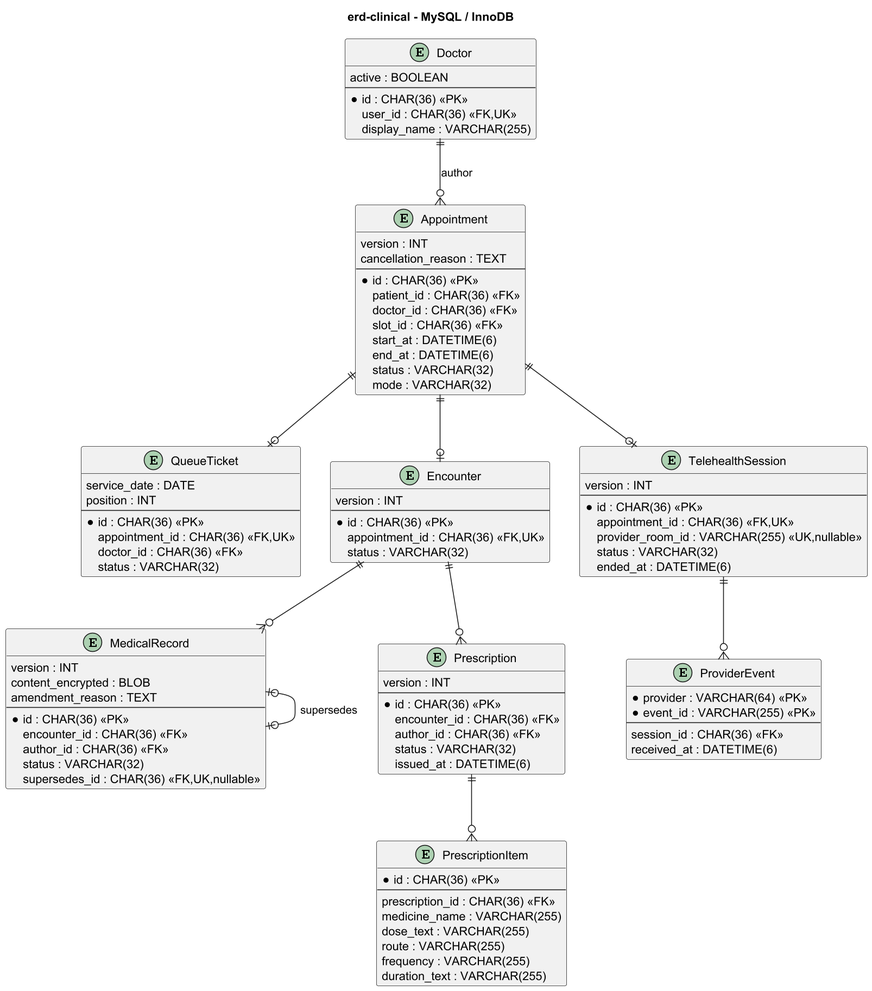
Before: docs/design/database/erd-clinical.png, a diagram exported from PlantUML (Samie32/SE-project). Source of this version:
```plantuml
@startuml erd-clinical
skinparam entity {
  BackgroundColor White
  BorderColor #555
  ArrowColor #333
  FontName Arial
  FontSize 10
}
skinparam shadowing false
skinparam dpi 150
title erd-clinical - MySQL / InnoDB

entity "Doctor" as D {
  active : BOOLEAN
  --
  * id : CHAR(36) <<PK>>
  user_id : CHAR(36) <<FK,UK>>
  display_name : VARCHAR(255)
}

entity "Appointment" as AP {
  version : INT
  cancellation_reason : TEXT
  --
  * id : CHAR(36) <<PK>>
  patient_id : CHAR(36) <<FK>>
  doctor_id : CHAR(36) <<FK>>
  slot_id : CHAR(36) <<FK>>
  start_at : DATETIME(6)
  end_at : DATETIME(6)
  status : VARCHAR(32)
  mode : VARCHAR(32)
}

entity "QueueTicket" as QT {
  service_date : DATE
  position : INT
  --
  * id : CHAR(36) <<PK>>
  appointment_id : CHAR(36) <<FK,UK>>
  doctor_id : CHAR(36) <<FK>>
  status : VARCHAR(32)
}

entity "Encounter" as EN {
  version : INT
  --
  * id : CHAR(36) <<PK>>
  appointment_id : CHAR(36) <<FK,UK>>
  status : VARCHAR(32)
}

entity "TelehealthSession" as TS {
  version : INT
  --
  * id : CHAR(36) <<PK>>
  appointment_id : CHAR(36) <<FK,UK>>
  provider_room_id : VARCHAR(255) <<UK,nullable>>
  status : VARCHAR(32)
  ended_at : DATETIME(6)
}

entity "ProviderEvent" as PE {
  * provider : VARCHAR(64) <<PK>>
  * event_id : VARCHAR(255) <<PK>>
  --
  session_id : CHAR(36) <<FK>>
  received_at : DATETIME(6)
}

entity "MedicalRecord" as MR {
  version : INT
  content_encrypted : BLOB
  amendment_reason : TEXT
  --
  * id : CHAR(36) <<PK>>
  encounter_id : CHAR(36) <<FK>>
  author_id : CHAR(36) <<FK>>
  status : VARCHAR(32)
  supersedes_id : CHAR(36) <<FK,UK,nullable>>
}

entity "Prescription" as PR {
  version : INT
  --
  * id : CHAR(36) <<PK>>
  encounter_id : CHAR(36) <<FK>>
  author_id : CHAR(36) <<FK>>
  status : VARCHAR(32)
  issued_at : DATETIME(6)
}

entity "PrescriptionItem" as PI {
  * id : CHAR(36) <<PK>>
  --
  prescription_id : CHAR(36) <<FK>>
  medicine_name : VARCHAR(255)
  dose_text : VARCHAR(255)
  route : VARCHAR(255)
  frequency : VARCHAR(255)
  duration_text : VARCHAR(255)
}

D ||--o{ AP : author
AP ||--o| QT
AP ||--o| EN
AP ||--o| TS
EN ||--o{ MR
EN ||--o{ PR
MR |o--o| MR : supersedes
PR ||--o{ PI
TS ||--o{ PE

@enduml
```
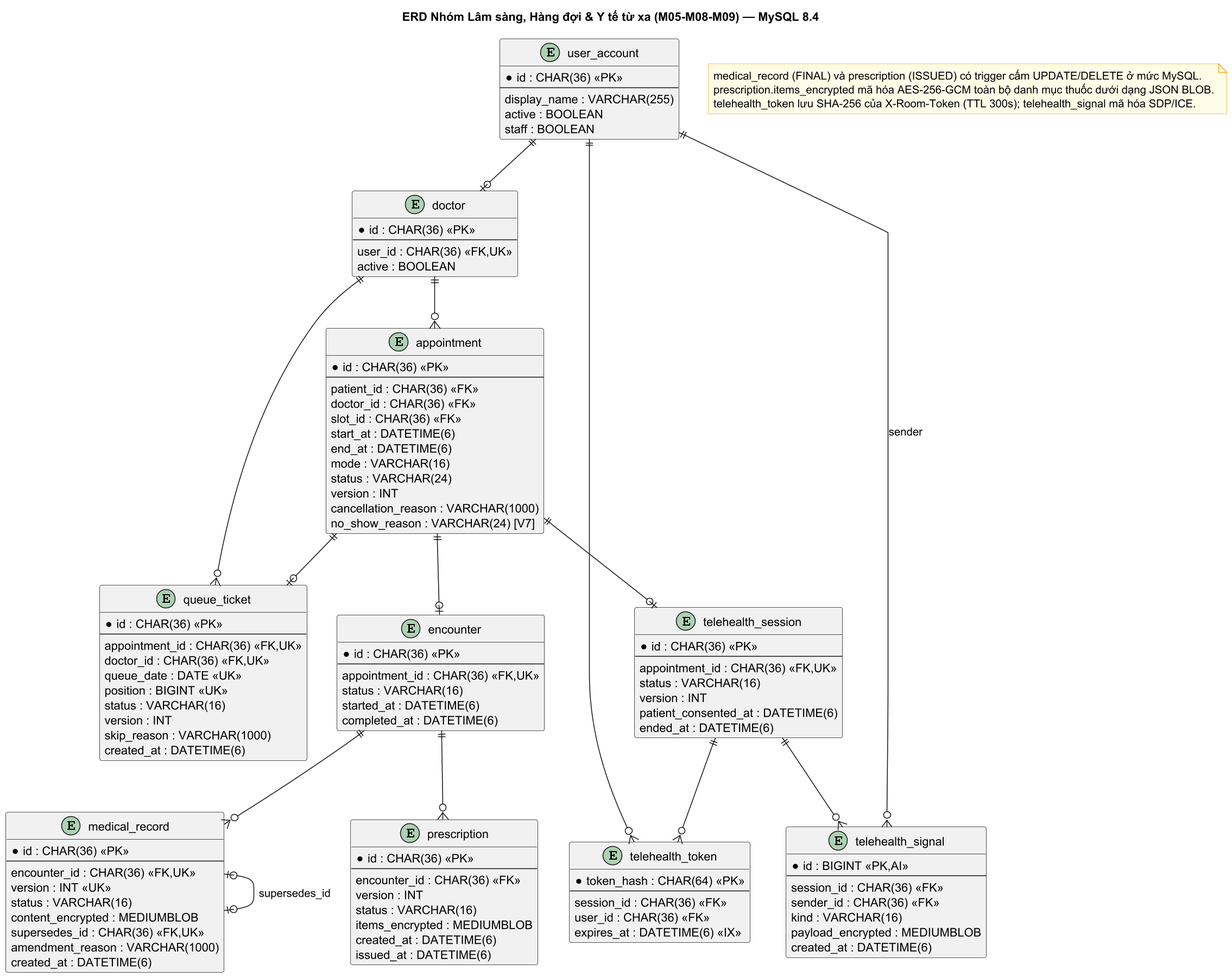
Above is the later version.

What changed in the source:
```diff
@@ -6,109 +6,133 @@
   FontName Arial
   FontSize 10
 }
+skinparam noteBackgroundColor #FFFDE7
+skinparam noteBorderColor #F9A825
 skinparam shadowing false
 skinparam dpi 150
-title erd-clinical - MySQL / InnoDB
+title ERD Nhóm Lâm sàng, Hàng đợi & Y tế từ xa (M05-M08-M09) — MySQL 8.4
 
-entity "Doctor" as D {
+entity "user_account" as UA {
+  * id : CHAR(36) <<PK>>
+  --
+  display_name : VARCHAR(255)
   active : BOOLEAN
-  --
-  * id : CHAR(36) <<PK>>
-  user_id : CHAR(36) <<FK,UK>>
-  display_name : VARCHAR(255)
+  staff : BOOLEAN
 }
 
-entity "Appointment" as AP {
-  version : INT
-  cancellation_reason : TEXT
+entity "doctor" as D {
+  * id : CHAR(36) <<PK>>
   --
+  user_id : CHAR(36) <<FK,UK>>
+  active : BOOLEAN
+}
+
+entity "appointment" as AP {
   * id : CHAR(36) <<PK>>
+  --
   patient_id : CHAR(36) <<FK>>
   doctor_id : CHAR(36) <<FK>>
   slot_id : CHAR(36) <<FK>>
   start_at : DATETIME(6)
   end_at : DATETIME(6)
-  status : VARCHAR(32)
-  mode : VARCHAR(32)
+  mode : VARCHAR(16)
+  status : VARCHAR(24)
+  version : INT
+  cancellation_reason : VARCHAR(1000)
+  no_show_reason : VARCHAR(24) [V7]
 }
 
-entity "QueueTicket" as QT {
-  service_date : DATE
-  position : INT
+entity "queue_ticket" as QT {
+  * id : CHAR(36) <<PK>>
   --
-  * id : CHAR(36) <<PK>>
   appointment_id : CHAR(36) <<FK,UK>>
-  doctor_id : CHAR(36) <<FK>>
-  status : VARCHAR(32)
+  doctor_id : CHAR(36) <<FK,UK>>
+  queue_date : DATE <<UK>>
+  position : BIGINT <<UK>>
+  status : VARCHAR(16)
+  version : INT
+  skip_reason : VARCHAR(1000)
+  created_at : DATETIME(6)
 }
 
-entity "Encounter" as EN {
-  version : INT
+entity "encounter" as EN {
+  * id : CHAR(36) <<PK>>
   --
-  * id : CHAR(36) <<PK>>
   appointment_id : CHAR(36) <<FK,UK>>
-  status : VARCHAR(32)
+  status : VARCHAR(16)
+  started_at : DATETIME(6)
+  completed_at : DATETIME(6)
 }
 
-entity "TelehealthSession" as TS {
+entity "medical_record" as MR {
+  * id : CHAR(36) <<PK>>
+  --
+  encounter_id : CHAR(36) <<FK,UK>>
+  version : INT <<UK>>
+  status : VARCHAR(16)
+  content_encrypted : MEDIUMBLOB
+  supersedes_id : CHAR(36) <<FK,UK>>
+  amendment_reason : VARCHAR(1000)
+  created_at : DATETIME(6)
+}
+
+entity "prescription" as PR {
+  * id : CHAR(36) <<PK>>
+  --
+  encounter_id : CHAR(36) <<FK>>
   version : INT
+  status : VARCHAR(16)
+  items_encrypted : MEDIUMBLOB
+  created_at : DATETIME(6)
+  issued_at : DATETIME(6)
+}
+
+entity "telehealth_session" as TS {
+  * id : CHAR(36) <<PK>>
   --
-  * id : CHAR(36) <<PK>>
   appointment_id : CHAR(36) <<FK,UK>>
-  provider_room_id : VARCHAR(255) <<UK,nullable>>
-  status : VARCHAR(32)
+  status : VARCHAR(16)
+  version : INT
+  patient_consented_at : DATETIME(6)
   ended_at : DATETIME(6)
 }
 
-entity "ProviderEvent" as PE {
-  * provider : VARCHAR(64) <<PK>>
-  * event_id : VARCHAR(255) <<PK>>
+entity "telehealth_token" as TT {
+  * token_hash : CHAR(64) <<PK>>
   --
   session_id : CHAR(36) <<FK>>
-  received_at : DATETIME(6)
+  user_id : CHAR(36) <<FK>>
+  expires_at : DATETIME(6) <<IX>>
 }
 
-entity "MedicalRecord" as MR {
-  version : INT
-  content_encrypted : BLOB
-  amendment_reason : TEXT
+entity "telehealth_signal" as TSG {
+  * id : BIGINT <<PK,AI>>
   --
-  * id : CHAR(36) <<PK>>
-  encounter_id : CHAR(36) <<FK>>
-  author_id : CHAR(36) <<FK>>
-  status : VARCHAR(32)
-  supersedes_id : CHAR(36) <<FK,UK,nullable>>
+  session_id : CHAR(36) <<FK>>
+  sender_id : CHAR(36) <<FK>>
+  kind : VARCHAR(16)
+  payload_encrypted : MEDIUMBLOB
+  created_at : DATETIME(6)
 }
 
-entity "Prescription" as PR {
-  version : INT
-  --
-  * id : CHAR(36) <<PK>>
-  encounter_id : CHAR(36) <<FK>>
-  author_id : CHAR(36) <<FK>>
-  status : VARCHAR(32)
-  issued_at : DATETIME(6)
-}
-
-entity "PrescriptionItem" as PI {
-  * id : CHAR(36) <<PK>>
-  --
-  prescription_id : CHAR(36) <<FK>>
-  medicine_name : VARCHAR(255)
-  dose_text : VARCHAR(255)
-  route : VARCHAR(255)
-  frequency : VARCHAR(255)
-  duration_text : VARCHAR(255)
-}
-
-D ||--o{ AP : author
+UA ||--o| D
+D ||--o{ AP
+D ||--o{ QT
 AP ||--o| QT
 AP ||--o| EN
 AP ||--o| TS
 EN ||--o{ MR
+MR |o--o| MR : supersedes_id
 EN ||--o{ PR
-MR |o--o| MR : supersedes
-PR ||--o{ PI
-TS ||--o{ PE
+TS ||--o{ TT
+TS ||--o{ TSG
+UA ||--o{ TT
+UA ||--o{ TSG : sender
+
+note as N1
+  medical_record (FINAL) và prescription (ISSUED) có trigger cấm UPDATE/DELETE ở mức MySQL.
+  prescription.items_encrypted mã hóa AES-256-GCM toàn bộ danh mục thuốc dưới dạng JSON BLOB.
+  telehealth_token lưu SHA-256 của X-Room-Token (TTL 300s); telehealth_signal mã hóa SDP/ICE.
+end note
 
 @enduml
```
